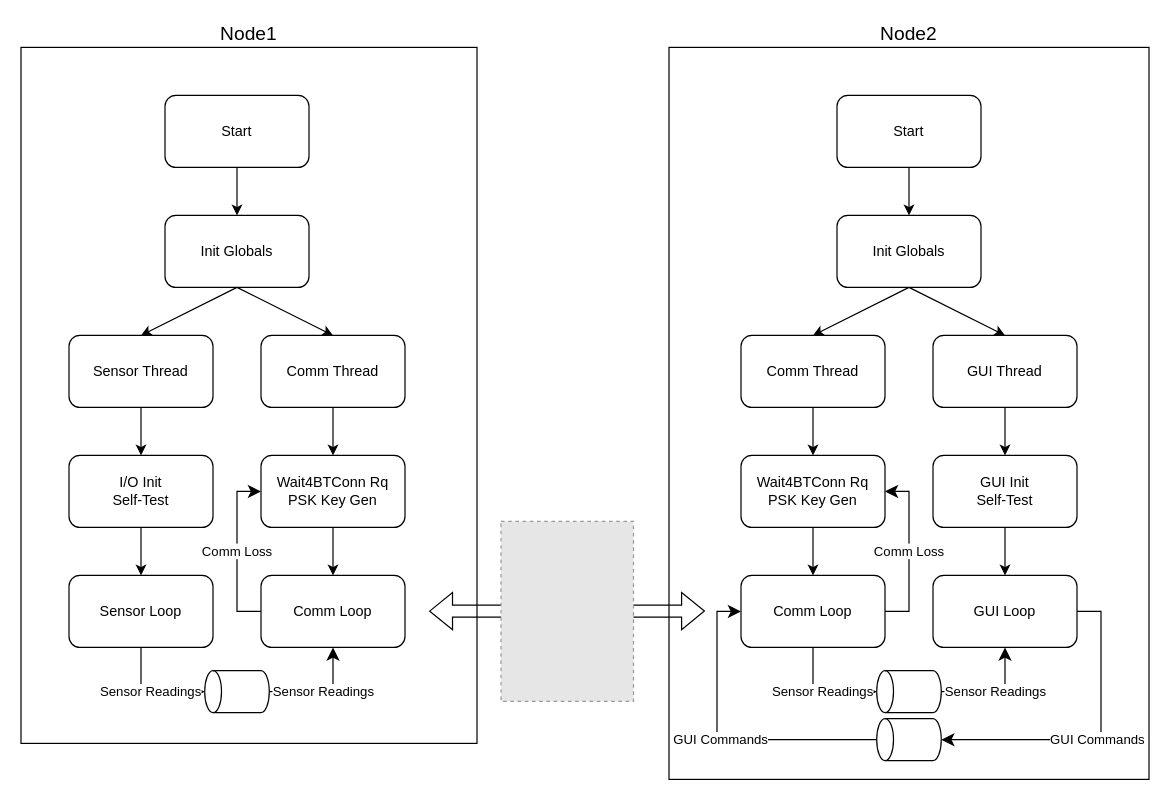
ernst-schwaiger/IDP keeps this draw.io diagram as acc/doc/design/images/StateDiagrams.drawio. Above is the earlier version. Source tidied: cells renumbered, new cells numbered last; positions are measured from the earlier drawing's top-left corner, leaving out a move shared by most shapes. Both pictures are drawn from the tidied source at 120%, with x=0, y=0 at pixel (20, 47). Pictures stored in the file or linked from it are replaced by grey dashed boxes.
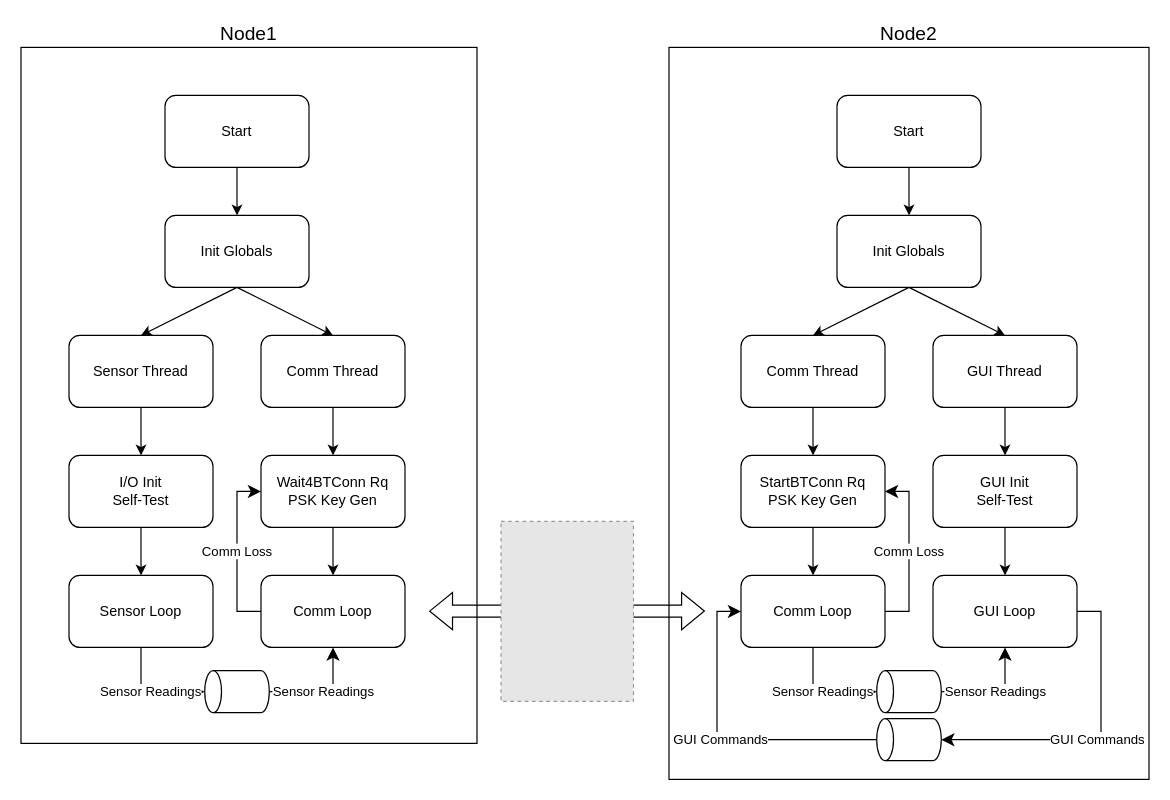
After the change.

Commit message (it also covers changes not shown here):
fix state charts, update gitignore

Unchanged cells that the change refers to:
```xml
<mxCell id="22" style="group;" parent="1" vertex="1">
  <mxGeometry x="540" width="400" height="610" as="geometry" />
</mxCell>
```

Change to the diagram source:
```diff
@@
-    <mxCell id="30" value="Wait4BTConn Rq&lt;div&gt;PSK Key Gen&lt;/div&gt;" style="rounded=1;whiteSpace=wrap;html=1;" parent="22" vertex="1">
+    <mxCell id="30" value="StartBTConn Rq&lt;div&gt;PSK Key Gen&lt;/div&gt;" style="rounded=1;whiteSpace=wrap;html=1;" parent="22" vertex="1">
       <mxGeometry x="60" y="340" width="120" height="60" as="geometry" />
     </mxCell>
```
